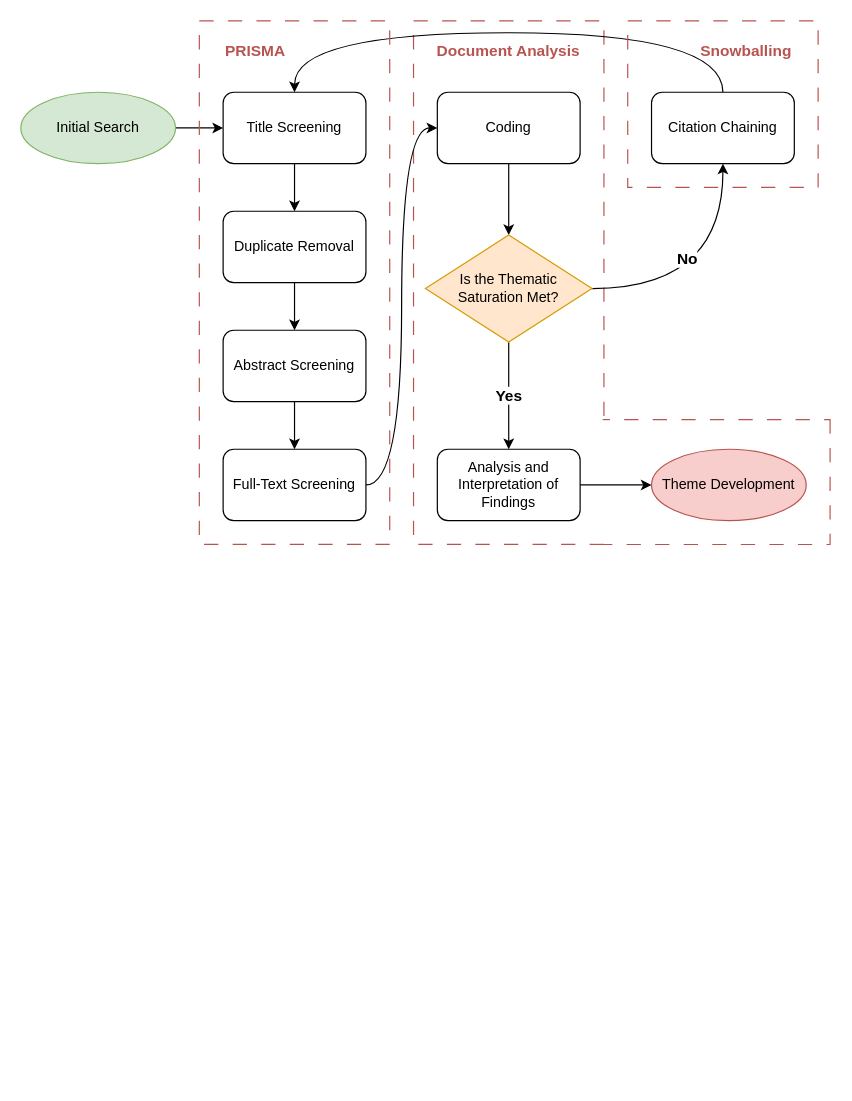
The draw.io diagram Diagrams/Mixed Methodology.drawio in HooradAboo/I-CLAIM, before the edit. Source tidied: cells renumbered, new cells numbered last; positions are measured from the earlier drawing's top-left corner, leaving out a move shared by most shapes. Both pictures are drawn from the tidied source at 119%, with x=0, y=0 at pixel (20, 20).
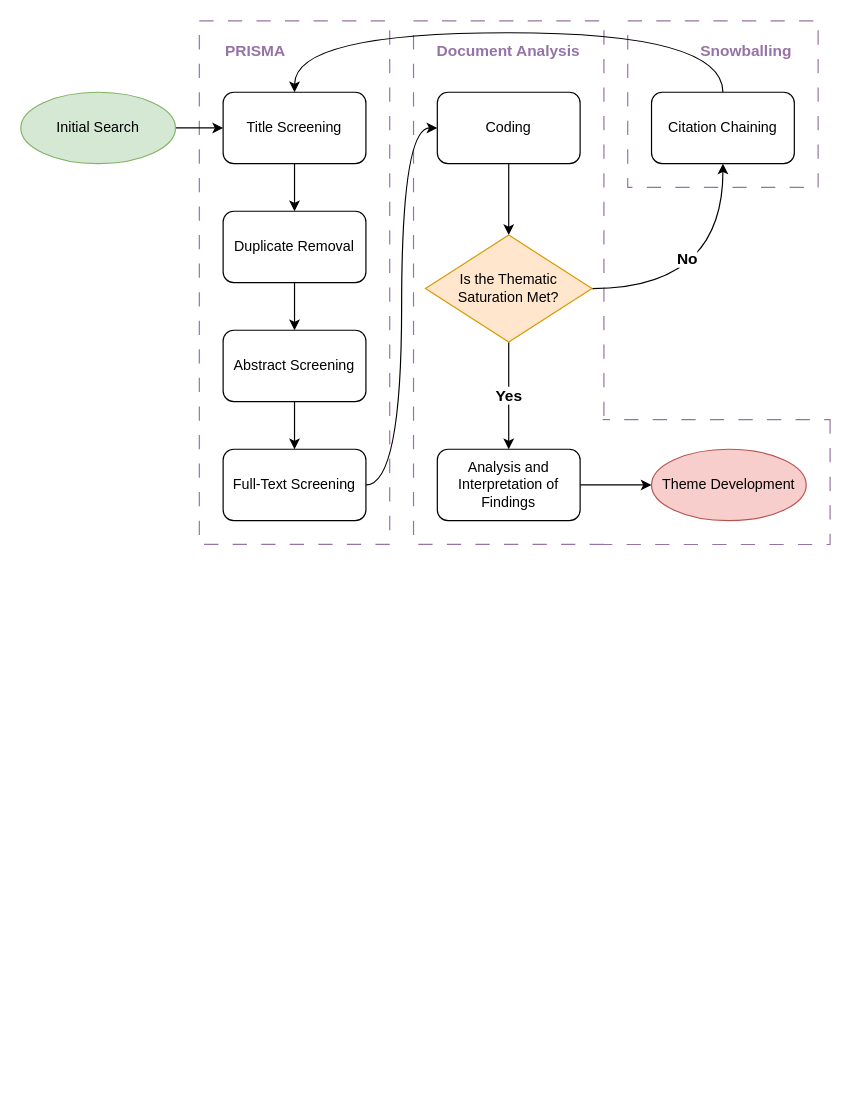
After the change.

The change refers to these unchanged cells:
```xml
<mxCell id="2" style="group;" parent="1" vertex="1">
  <mxGeometry x="330" y="40" width="350" height="400" as="geometry" />
</mxCell>
```

Change to the diagram source:
```diff
@@
+    <mxCell id="28" style="rounded=1;whiteSpace=wrap;html=1;fillStyle=auto;fillColor=none;dashed=1;dashPattern=12 12;arcSize=0;strokeColor=#9673A6;" parent="1" vertex="1">
+      <mxGeometry x="510" width="160" height="140" as="geometry" />
+    </mxCell>
@@
-    <mxCell id="3" style="rounded=1;whiteSpace=wrap;html=1;fillStyle=auto;fillColor=none;dashed=1;dashPattern=12 12;rotation=90;arcSize=0;strokeColor=#b85450;" parent="2" vertex="1">
+    <mxCell id="3" style="rounded=1;whiteSpace=wrap;html=1;fillStyle=auto;fillColor=none;dashed=1;dashPattern=12 12;rotation=90;arcSize=0;strokeColor=#9673a6;" parent="2" vertex="1">
       <mxGeometry x="198.8" y="248.8" width="105" height="197.5" as="geometry" />
     </mxCell>
-    <mxCell id="4" style="rounded=1;whiteSpace=wrap;html=1;fillStyle=auto;fillColor=none;dashed=1;dashPattern=12 12;arcSize=0;strokeColor=#b85450;" parent="2" vertex="1">
+    <mxCell id="4" style="rounded=1;whiteSpace=wrap;html=1;fillStyle=auto;fillColor=none;dashed=1;dashPattern=12 12;arcSize=0;strokeColor=#9673a6;" parent="2" vertex="1">
       <mxGeometry y="-40" width="160" height="440" as="geometry" />
     </mxCell>
@@
+    <mxCell id="27" style="rounded=1;whiteSpace=wrap;html=1;fillStyle=auto;fillColor=none;dashed=1;dashPattern=12 12;arcSize=0;strokeColor=#9673a6;" parent="1" vertex="1">
+      <mxGeometry x="150" width="160" height="440" as="geometry" />
+    </mxCell>
@@
-    <mxCell id="27" style="rounded=1;whiteSpace=wrap;html=1;fillStyle=auto;fillColor=none;dashed=1;dashPattern=12 12;arcSize=0;strokeColor=#b85450;" parent="1" vertex="1">
-      <mxGeometry x="150" width="160" height="440" as="geometry" />
-    </mxCell>
-    <mxCell id="28" style="rounded=1;whiteSpace=wrap;html=1;fillStyle=auto;fillColor=none;dashed=1;dashPattern=12 12;arcSize=0;strokeColor=#b85450;" parent="1" vertex="1">
-      <mxGeometry x="510" width="160" height="140" as="geometry" />
-    </mxCell>
-    <mxCell id="29" style="rounded=1;whiteSpace=wrap;html=1;fillStyle=auto;fillColor=none;dashed=1;dashPattern=12 12;rotation=90;strokeColor=#FFFFFF;" parent="1" vertex="1">
-      <mxGeometry x="130" y="730" width="160" height="160" as="geometry" />
-    </mxCell>
@@
-    <mxCell id="31" value="&lt;b&gt;PRISMA&lt;/b&gt;" style="text;html=1;align=left;verticalAlign=middle;whiteSpace=wrap;rounded=0;fontColor=#B85450;fontSize=13;" parent="1" vertex="1">
+    <mxCell id="31" value="&lt;b&gt;PRISMA&lt;/b&gt;" style="text;html=1;align=left;verticalAlign=middle;whiteSpace=wrap;rounded=0;fontColor=#9673A6;fontSize=13;" parent="1" vertex="1">
       <mxGeometry x="170" y="10" width="60" height="30" as="geometry" />
     </mxCell>
-    <mxCell id="32" value="&lt;b&gt;Snowballing&lt;/b&gt;" style="text;html=1;align=right;verticalAlign=middle;whiteSpace=wrap;rounded=0;fontColor=#B85450;fontSize=13;" parent="1" vertex="1">
+    <mxCell id="32" value="&lt;b&gt;Snowballing&lt;/b&gt;" style="text;html=1;align=right;verticalAlign=middle;whiteSpace=wrap;rounded=0;fontColor=#9673A6;fontSize=13;" parent="1" vertex="1">
       <mxGeometry x="550" y="10" width="100" height="30" as="geometry" />
     </mxCell>
-    <mxCell id="33" value="&lt;b&gt;Document Analysis&lt;/b&gt;" style="text;html=1;align=center;verticalAlign=middle;whiteSpace=wrap;rounded=0;fontColor=#B85450;fontSize=13;" parent="1" vertex="1">
+    <mxCell id="33" value="&lt;b&gt;Document Analysis&lt;/b&gt;" style="text;html=1;align=center;verticalAlign=middle;whiteSpace=wrap;rounded=0;fontColor=#9673A6;fontSize=13;" parent="1" vertex="1">
       <mxGeometry x="340" y="10" width="140" height="30" as="geometry" />
     </mxCell>
```
